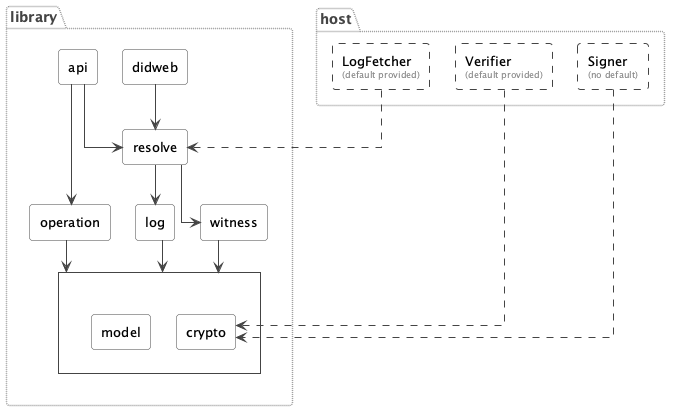
european-epc-competence-center/didwebvh keeps this PlantUML diagram as didwebvh-java/docs/diagrams/architecture-overview.png. Above is the earlier version.
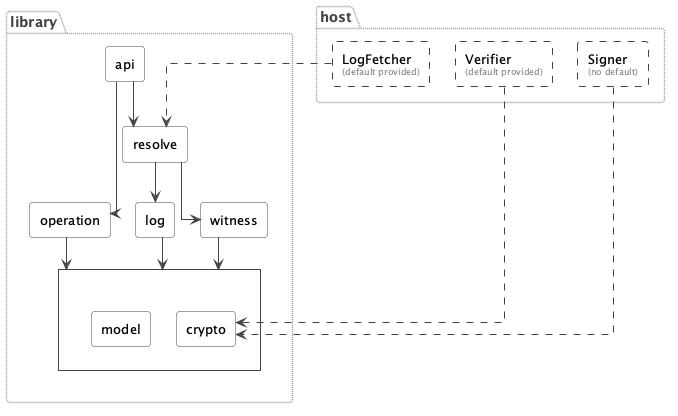
After the change.

Commit message:
remove didweb from UML

The edit, as a diff of the source:
```diff
@@ -30,11 +30,7 @@
 skinparam ArrowColor #444444
 
 package "library" {
-  together {
-    component "api" as api
-    component "didweb" as didweb
-  }
-
+  component "api" as api
   component "resolve" as resolve
 
   together {
@@ -57,7 +53,6 @@
 
 api --> operation
 api --> resolve
-didweb --> resolve
 
 resolve -[hidden]-> operation
 resolve --> log
```
